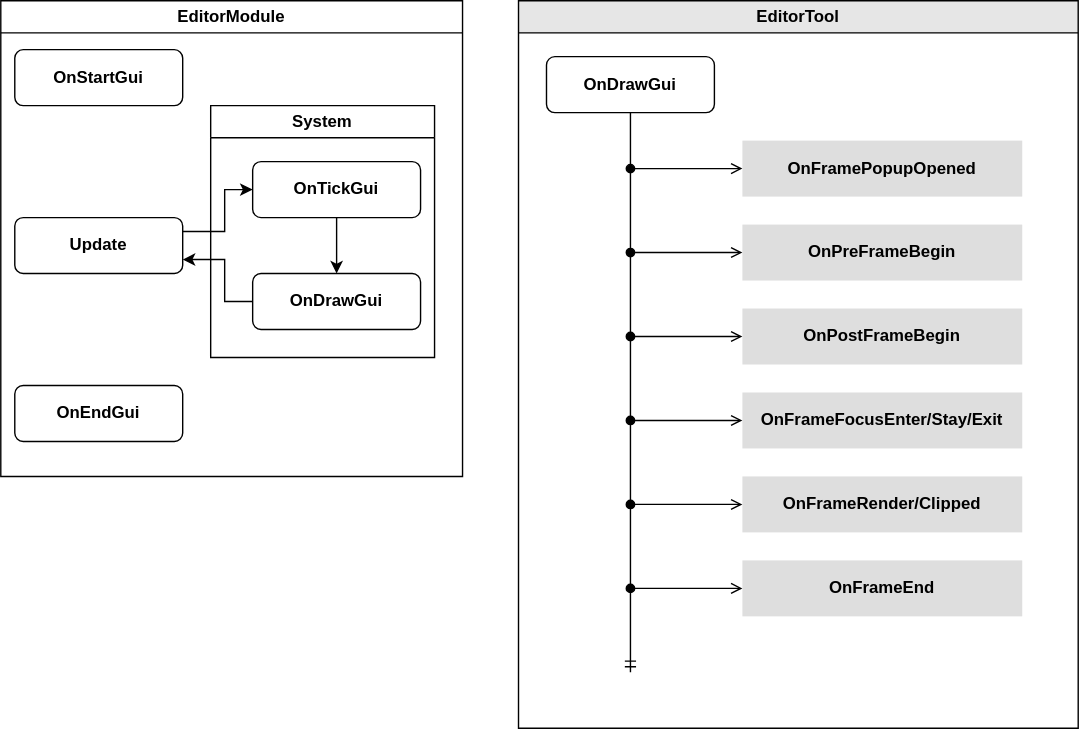
Before: Diagram/EditorModuleFlowChart.drawio.svg, a diagram exported from draw.io (Scarecrow37/VanishingGround). Source tidied: cells renumbered, new cells last; positions are measured from the earlier drawing's top-left corner, leaving out a move shared by most shapes.
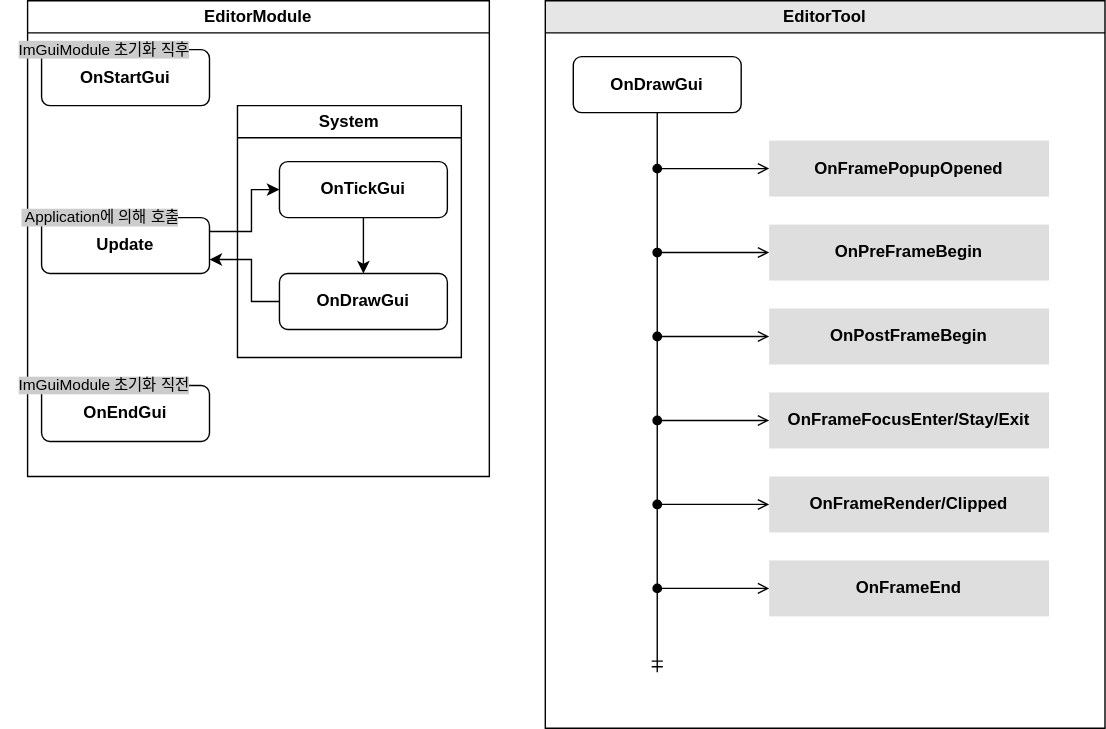
Later version of the same file.

Diff of the diagram source:
```diff
@@ -42,6 +42,15 @@
     <mxCell id="11" value="OnEndGui" style="rounded=1;whiteSpace=wrap;html=1;fillColor=none;labelBackgroundColor=none;fontStyle=1;" parent="2" vertex="1">
       <mxGeometry x="10" y="275" width="120" height="40" as="geometry" />
     </mxCell>
+    <mxCell id="27" value="ImGuiModule 초기화 직후" style="text;strokeColor=none;fillColor=none;align=left;verticalAlign=middle;spacingLeft=4;spacingRight=2;overflow=hidden;whiteSpace=wrap;html=1;spacing=0;spacingTop=0;labelBackgroundColor=#CCCCCC;labelBorderColor=none;fontSize=11;" parent="2" vertex="1">
+      <mxGeometry x="-10" y="20" width="140" height="30" as="geometry" />
+    </mxCell>
+    <mxCell id="28" value="&amp;nbsp;Application에 의해 호출" style="text;strokeColor=none;fillColor=none;align=center;verticalAlign=middle;spacingLeft=4;spacingRight=2;overflow=hidden;whiteSpace=wrap;html=1;spacing=0;spacingTop=0;labelBackgroundColor=#CCCCCC;labelBorderColor=none;fontSize=11;" parent="2" vertex="1">
+      <mxGeometry x="-19" y="140" width="140" height="30" as="geometry" />
+    </mxCell>
+    <mxCell id="29" value="ImGuiModule 초기화 직전" style="text;strokeColor=none;fillColor=none;align=left;verticalAlign=middle;spacingLeft=4;spacingRight=2;overflow=hidden;whiteSpace=wrap;html=1;spacing=0;spacingTop=0;labelBackgroundColor=#CCCCCC;labelBorderColor=none;fontSize=11;" parent="2" vertex="1">
+      <mxGeometry x="-10" y="260" width="140" height="30" as="geometry" />
+    </mxCell>
     <mxCell id="12" value="EditorTool" style="swimlane;whiteSpace=wrap;html=1;fillColor=#E6E6E6;strokeColor=#000000;" parent="1" vertex="1">
       <mxGeometry x="370" width="400" height="520" as="geometry" />
     </mxCell>
```
